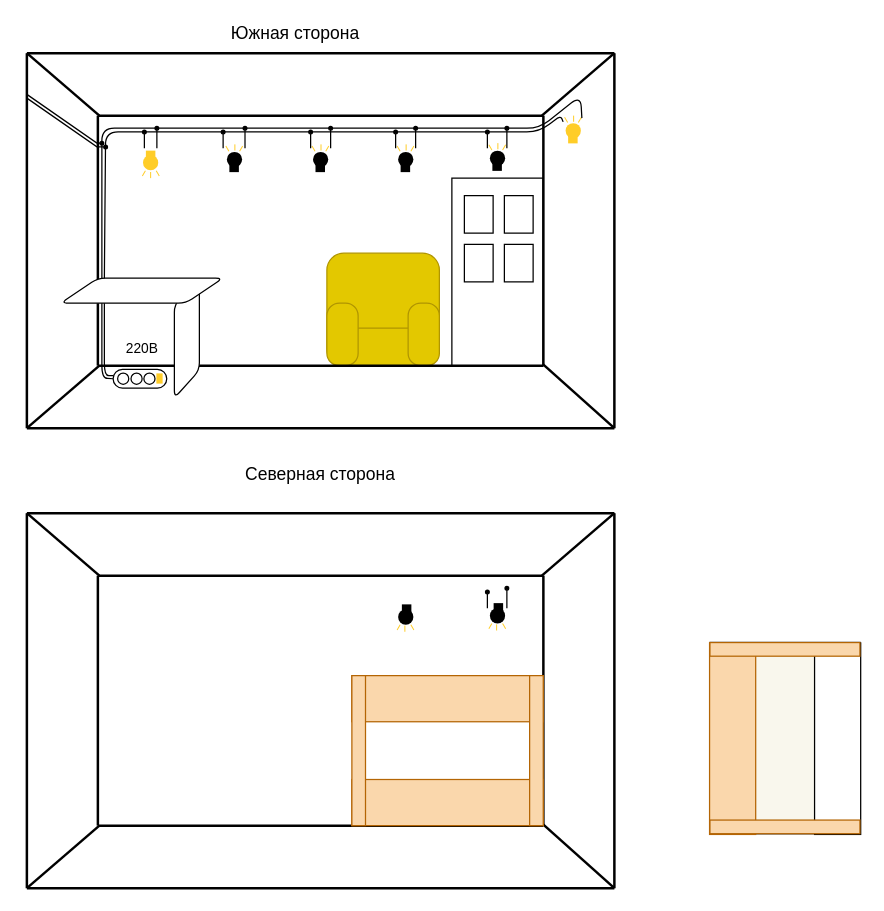
Above: 01 Идеи проектов/Целевые проекты/Параллельное RGB освещение/Карта проекта.drawio in Pilgore-pi/Open-proger-notes (draw.io), before the change. Source tidied: cells renumbered, new cells numbered last; positions are measured from the earlier drawing's top-left corner, leaving out a move shared by most shapes. Both pictures are drawn from the tidied source at 125%, with x=0, y=0 at pixel (26, 21).
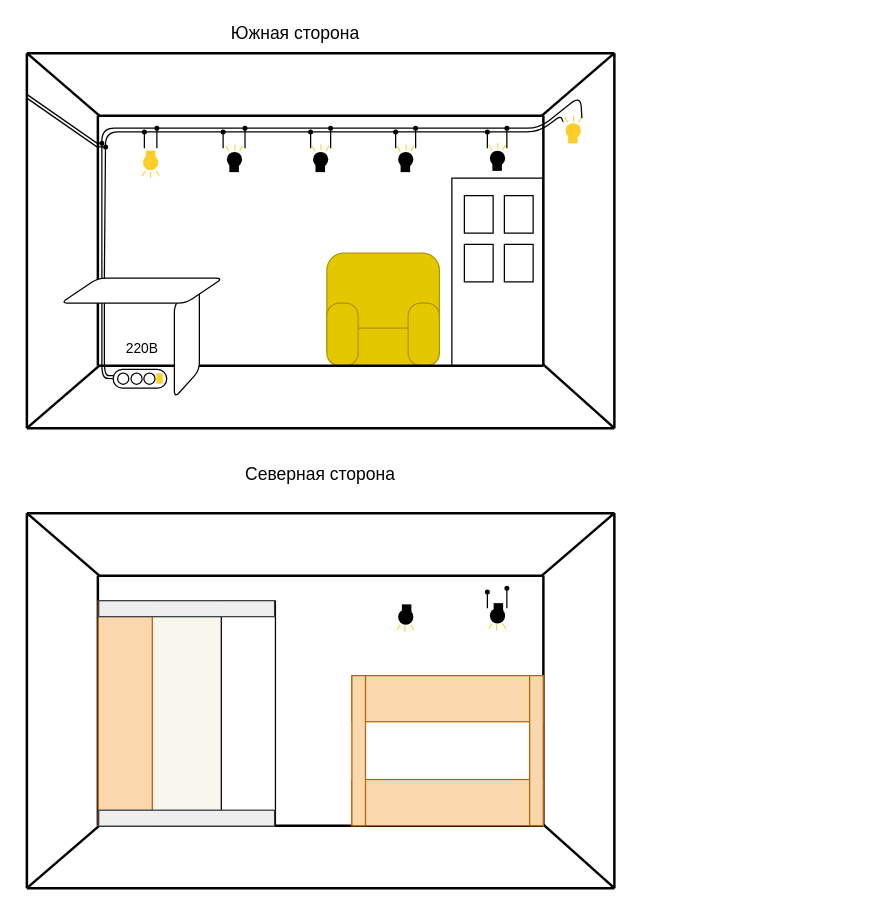
Above is the later version.

Commit message:
obsidian auto commit: 16-11-2025 16:08

Diff of the diagram source:
```diff
@@
     <mxCell id="128" style="group;rotation=90;fillColor=#f9f7ed;strokeColor=light-dark(#36393D,#000000);" parent="1" vertex="1">
-      <mxGeometry x="530" y="513" width="153.2" height="120" as="geometry" />
+      <mxGeometry x="38.2" y="483.6" width="178.3" height="139.6" as="geometry" />
     </mxCell>
+    <mxCell id="133" style="group;" parent="1" vertex="1">
+      <mxGeometry x="57.1" y="463" width="141.8" height="180.5" as="geometry" />
+    </mxCell>
-    <mxCell id="129" style="rounded=0;whiteSpace=wrap;html=1;rotation=90;fillColor=light-dark(#FFFFFF,#4C4756);strokeColor=light-dark(#000000,#5E5E5E);" parent="128" vertex="1">
-      <mxGeometry x="42" y="42" width="153.2" height="36.9" as="geometry" />
+    <mxCell id="129" style="rounded=0;whiteSpace=wrap;html=1;rotation=90;fillColor=light-dark(#FFFFFF,#4C4756);strokeColor=light-dark(#000000,#5E5E5E);" parent="133" vertex="1">
+      <mxGeometry x="30.3" y="68.5" width="179.6" height="43.3" as="geometry" />
     </mxCell>
-    <mxCell id="130" style="rounded=0;whiteSpace=wrap;html=1;fillColor=light-dark(#fad7ac, #4c4756);strokeColor=#b46504;rotation=90;" parent="128" vertex="1">
-      <mxGeometry x="-42" y="42" width="153.2" height="36.9" as="geometry" />
+    <mxCell id="130" style="rounded=0;whiteSpace=wrap;html=1;fillColor=light-dark(#fad7ac, #4c4756);strokeColor=light-dark(#b46504, #5e5e5e);rotation=90;" parent="133" vertex="1">
+      <mxGeometry x="-68.2" y="68.5" width="179.6" height="43.3" as="geometry" />
     </mxCell>
-    <mxCell id="131" style="rounded=0;whiteSpace=wrap;html=1;fillColor=#fad7ac;strokeColor=#b46504;rotation=90;" parent="128" vertex="1">
-      <mxGeometry x="71" y="-71" width="10.9" height="120" as="geometry" />
+    <mxCell id="131" style="rounded=0;whiteSpace=wrap;html=1;fillColor=#eeeeee;strokeColor=#36393d;rotation=90;" parent="133" vertex="1">
+      <mxGeometry x="64.3" y="-63.9" width="12.8" height="140.7" as="geometry" />
     </mxCell>
-    <mxCell id="132" style="rounded=0;whiteSpace=wrap;html=1;fillColor=#fad7ac;strokeColor=#b46504;rotation=90;" parent="128" vertex="1">
-      <mxGeometry x="71" y="71" width="10.9" height="120" as="geometry" />
+    <mxCell id="132" style="rounded=0;whiteSpace=wrap;html=1;fillColor=#eeeeee;strokeColor=#36393d;rotation=90;" parent="133" vertex="1">
+      <mxGeometry x="64.3" y="103.7" width="12.8" height="140.7" as="geometry" />
     </mxCell>
```
